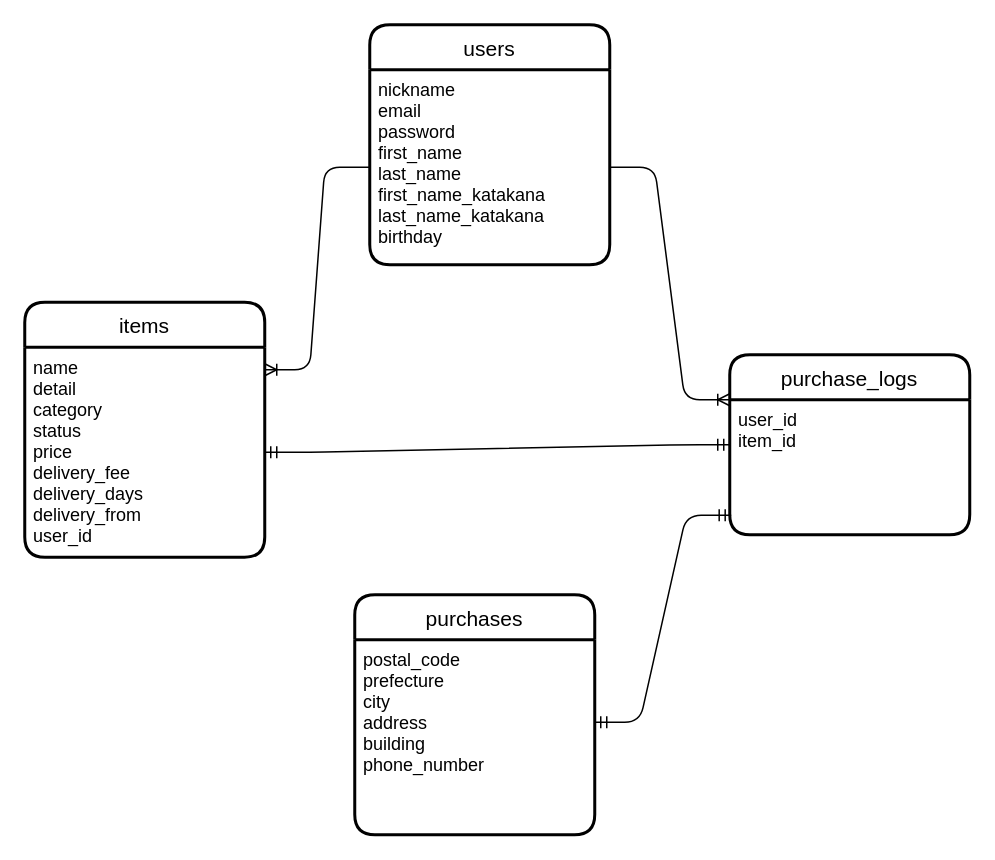
The draw.io diagram er_drawing.dio in ysys1195/furima-31491, before the edit. Source tidied: cells renumbered, new cells numbered last; positions are measured from the earlier drawing's top-left corner, leaving out a move shared by most shapes. Both pictures are drawn from the tidied source at 150%, with x=0, y=0 at pixel (24, 24).
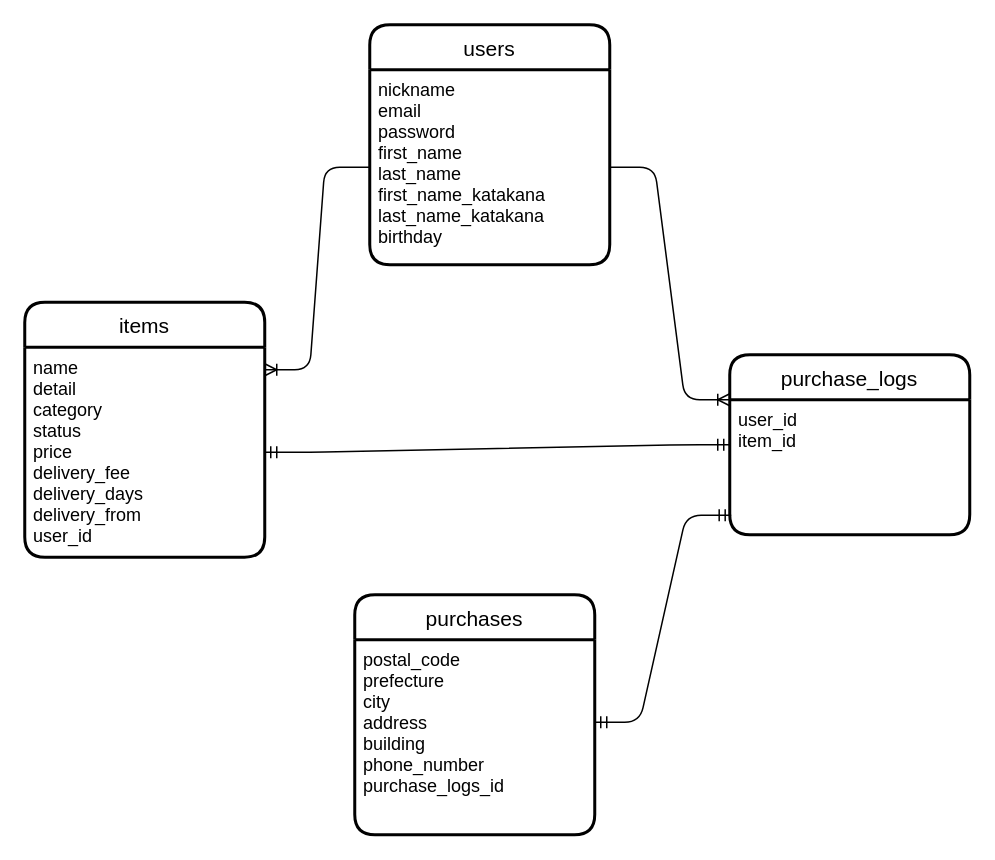
The same page after the edit.

Change to the diagram source:
```diff
@@
 <mxGraphModel>
   <root>
     <mxCell id="0" />
     <mxCell id="1" parent="0" />
     <mxCell id="2" value="users" style="swimlane;horizontal=1;startSize=30;rounded=1;fontSize=14;fontStyle=0;strokeWidth=2;shadow=0;dashed=0;align=center;" parent="1" vertex="1">
       <mxGeometry x="230" width="160" height="160" as="geometry" />
     </mxCell>
     <mxCell id="3" value="nickname&#10;email&#10;password&#10;first_name&#10;last_name&#10;first_name_katakana&#10;last_name_katakana&#10;birthday" style="align=left;strokeColor=none;fillColor=none;spacingLeft=4;fontSize=12;verticalAlign=top;" parent="2" vertex="1">
       <mxGeometry y="30" width="160" height="130" as="geometry" />
     </mxCell>
     <mxCell id="4" value="items" style="swimlane;horizontal=1;startSize=30;rounded=1;fontSize=14;fontStyle=0;strokeWidth=2;shadow=0;dashed=0;align=center;" parent="1" vertex="1">
       <mxGeometry y="185" width="160" height="170" as="geometry" />
     </mxCell>
     <mxCell id="5" value="name&#10;detail&#10;category&#10;status&#10;price&#10;delivery_fee&#10;delivery_days&#10;delivery_from&#10;user_id" style="align=left;strokeColor=none;fillColor=none;spacingLeft=4;fontSize=12;verticalAlign=top;" parent="4" vertex="1">
       <mxGeometry y="30" width="160" height="140" as="geometry" />
     </mxCell>
     <mxCell id="6" value="purchases" style="swimlane;horizontal=1;startSize=30;rounded=1;fontSize=14;fontStyle=0;strokeWidth=2;shadow=0;dashed=0;align=center;" parent="1" vertex="1">
       <mxGeometry x="220" y="380" width="160" height="160" as="geometry" />
     </mxCell>
-    <mxCell id="7" value="postal_code&#10;prefecture&#10;city&#10;address&#10;building&#10;phone_number&#10;" style="align=left;strokeColor=none;fillColor=none;spacingLeft=4;fontSize=12;verticalAlign=top;" parent="6" vertex="1">
+    <mxCell id="7" value="postal_code&#10;prefecture&#10;city&#10;address&#10;building&#10;phone_number&#10;purchase_logs_id&#10;" style="align=left;strokeColor=none;fillColor=none;spacingLeft=4;fontSize=12;verticalAlign=top;" parent="6" vertex="1">
       <mxGeometry y="30" width="160" height="130" as="geometry" />
     </mxCell>
     <mxCell id="8" style="edgeStyle=entityRelationEdgeStyle;fontSize=12;html=1;endArrow=ERmandOne;startArrow=ERmandOne;entryX=0.006;entryY=0.856;entryDx=0;entryDy=0;entryPerimeter=0;" parent="1" edge="1" target="11">
       <mxGeometry relative="1" as="geometry">
         <mxPoint x="380" y="465" as="sourcePoint" />
       </mxGeometry>
     </mxCell>
     <mxCell id="9" style="edgeStyle=entityRelationEdgeStyle;fontSize=12;html=1;endArrow=ERoneToMany;entryX=1;entryY=0.107;entryDx=0;entryDy=0;entryPerimeter=0;" parent="1" edge="1" source="3" target="5">
       <mxGeometry relative="1" as="geometry" />
     </mxCell>
     <mxCell id="10" value="purchase_logs" style="swimlane;horizontal=1;startSize=30;rounded=1;fontSize=14;fontStyle=0;strokeWidth=2;shadow=0;dashed=0;align=center;" parent="1" vertex="1">
       <mxGeometry x="470" y="220" width="160" height="120" as="geometry" />
     </mxCell>
     <mxCell id="11" value="user_id&#10;item_id" style="align=left;strokeColor=none;fillColor=none;spacingLeft=4;fontSize=12;verticalAlign=top;" parent="10" vertex="1">
       <mxGeometry y="30" width="160" height="90" as="geometry" />
     </mxCell>
     <mxCell id="12" style="edgeStyle=entityRelationEdgeStyle;fontSize=12;html=1;endArrow=ERoneToMany;entryX=0;entryY=0.25;entryDx=0;entryDy=0;" parent="1" edge="1" source="3" target="10">
       <mxGeometry relative="1" as="geometry" />
     </mxCell>
     <mxCell id="13" style="edgeStyle=entityRelationEdgeStyle;fontSize=12;html=1;endArrow=ERmandOne;startArrow=ERmandOne;entryX=0;entryY=0.5;entryDx=0;entryDy=0;" parent="1" edge="1" source="5" target="10">
       <mxGeometry relative="1" as="geometry" />
     </mxCell>
   </root>
 </mxGraphModel>
```
